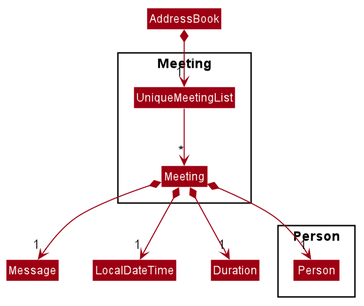
Above: docs/images/MeetingClassDiagram.png in sebastiantoh/tp (PlantUML), before the change. Its source is kept beside it as docs/diagrams/MeetingClassDiagram.puml. The source it was exported from:
```plantuml
@startuml
!include style.puml
skinparam arrowThickness 1.1
skinparam arrowColor MODEL_COLOR
skinparam classBackgroundColor MODEL_COLOR


Class AddressBook
Package Meeting <<Rectangle>>{

    Class Meeting
    Class UniqueMeetingList

    AddressBook *--> "1" UniqueMeetingList
    UniqueMeetingList --> "*" Meeting
}

Package Person {
    Class Person
}

Meeting *--> "1" Message
Meeting *--> "1" LocalDateTime
Meeting *--> "1" Duration
Meeting *--> "1" Person

@enduml
```
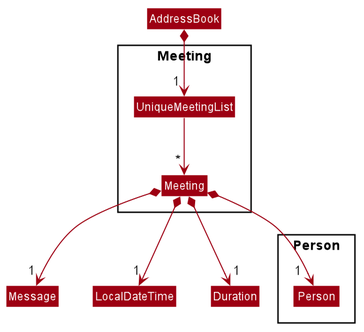
After the change.

Commit message:
Fix overlapping multiplicity in class diagrams

Diff of the diagram source:
```diff
@@ -6,22 +6,22 @@
 
 
 Class AddressBook
-Package Meeting <<Rectangle>>{
+Package Meeting\n <<Rectangle>>{
 
     Class Meeting
     Class UniqueMeetingList
 
-    AddressBook *--> "1" UniqueMeetingList
-    UniqueMeetingList --> "*" Meeting
+    AddressBook *--> "    1" UniqueMeetingList
+    UniqueMeetingList --> "    *" Meeting
 }
 
-Package Person {
+Package Person\n {
     Class Person
 }
 
-Meeting *--> "1" Message
+Meeting *--> "  1" Message
 Meeting *--> "1" LocalDateTime
-Meeting *--> "1" Duration
-Meeting *--> "1" Person
+Meeting *--> "              1" Duration
+Meeting *--> "           1" Person
 
 @enduml
```
